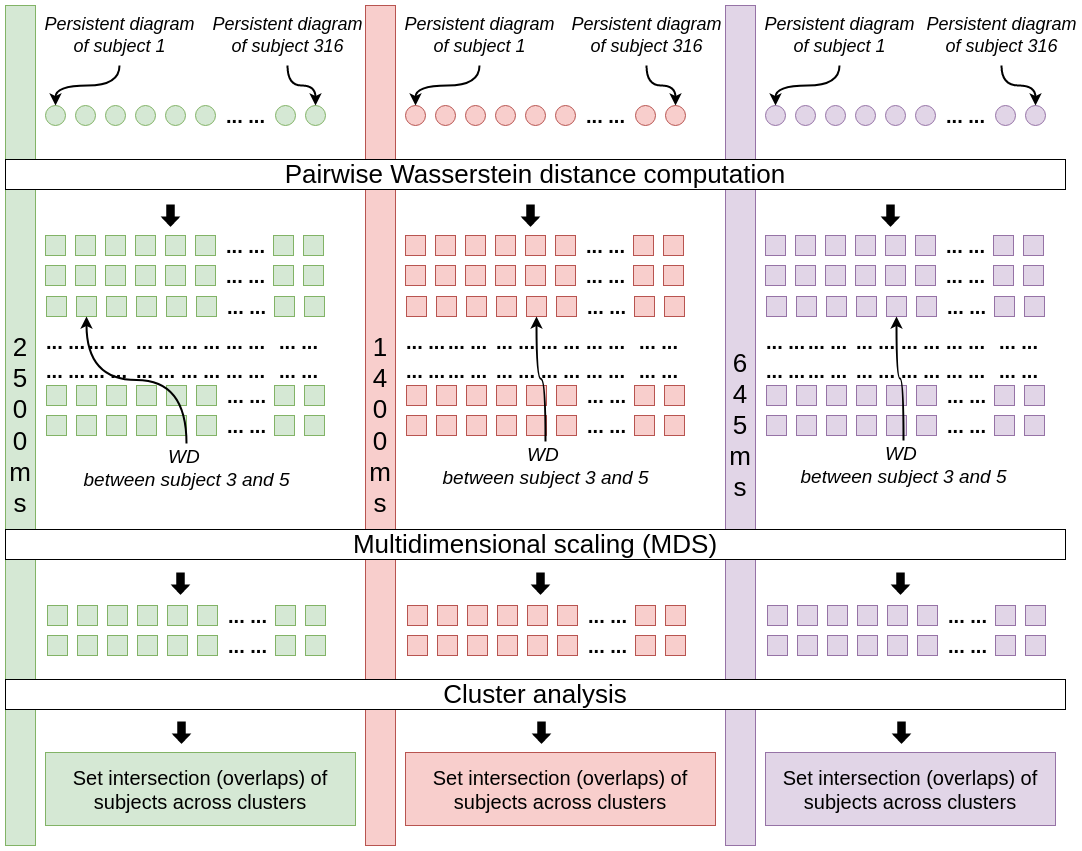
Above: drawing/tda_pipeline.png in harp-lab/brainPH (draw.io), before the change. Source tidied: cells renumbered, new cells last; positions are measured from the earlier drawing's top-left corner, leaving out a move shared by most shapes.
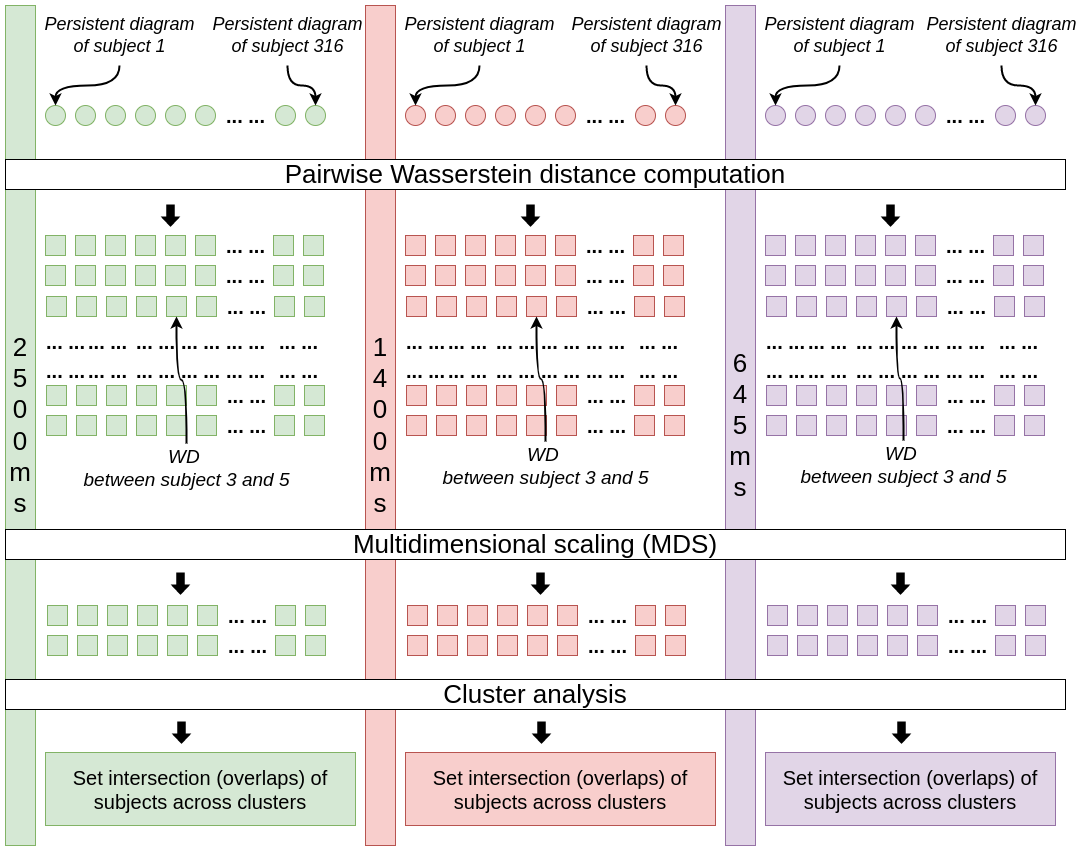
The same diagram one commit later.

Commit message:
fixed tda pipeline

Diff of the diagram source:
```diff
@@ -215,7 +215,7 @@
     <mxCell id="72" style="whiteSpace=wrap;html=1;fontSize=12;fillColor=#d5e8d4;strokeColor=#82b366;" parent="1" vertex="1">
       <mxGeometry x="299" y="410" width="20" height="20" as="geometry" />
     </mxCell>
-    <mxCell id="73" style="edgeStyle=orthogonalEdgeStyle;curved=1;jettySize=auto;html=1;entryX=0.5;entryY=1;entryDx=0;entryDy=0;strokeWidth=2;fontSize=12;" parent="1" edge="1" source="74" target="17">
+    <mxCell id="73" style="edgeStyle=orthogonalEdgeStyle;curved=1;jettySize=auto;html=1;entryX=0.5;entryY=1;entryDx=0;entryDy=0;strokeWidth=2;fontSize=12;" parent="1" edge="1" source="74" target="20">
       <mxGeometry relative="1" as="geometry" />
     </mxCell>
     <mxCell id="74" value="&lt;font style=&quot;font-size: 19px; line-height: 0;&quot;&gt;WD&amp;nbsp;&lt;br style=&quot;font-size: 19px;&quot;&gt;between subject 3 and 5&lt;br style=&quot;font-size: 19px;&quot;&gt;&lt;/font&gt;" style="text;html=1;fontSize=19;fontStyle=2;verticalAlign=middle;align=center;spacing=0;" parent="1" vertex="1">
```
